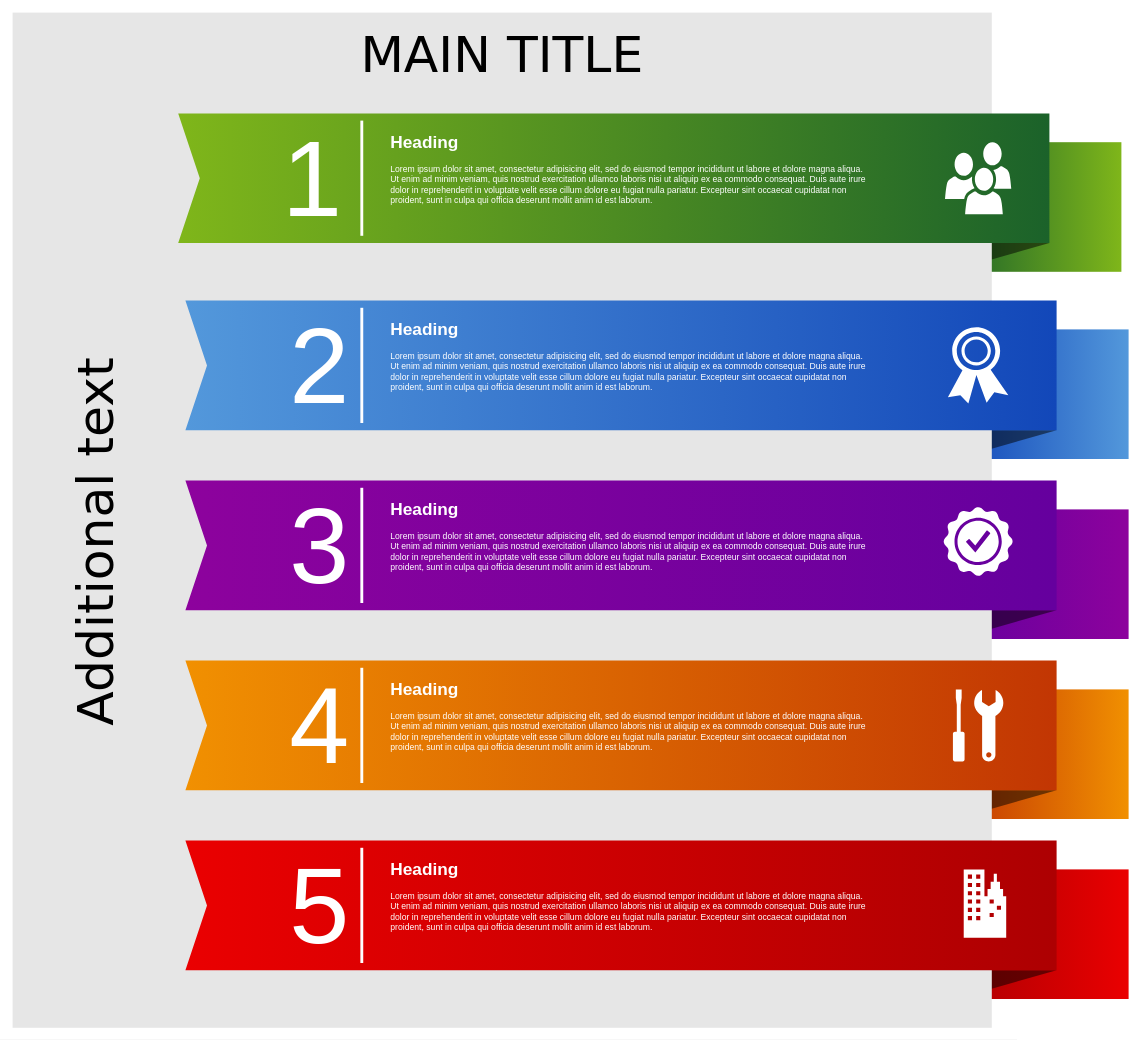
Above: Diagrams/Untitled Diagram.drawio in MajeQafouri/MyTechniecalArticlesDiagrams (draw.io), before the change. Source tidied: cells renumbered, new cells numbered last; positions are measured from the earlier drawing's top-left corner, leaving out a move shared by most shapes. Both pictures are drawn from the tidied source at 72%, with x=0, y=0 at pixel (12, 12).
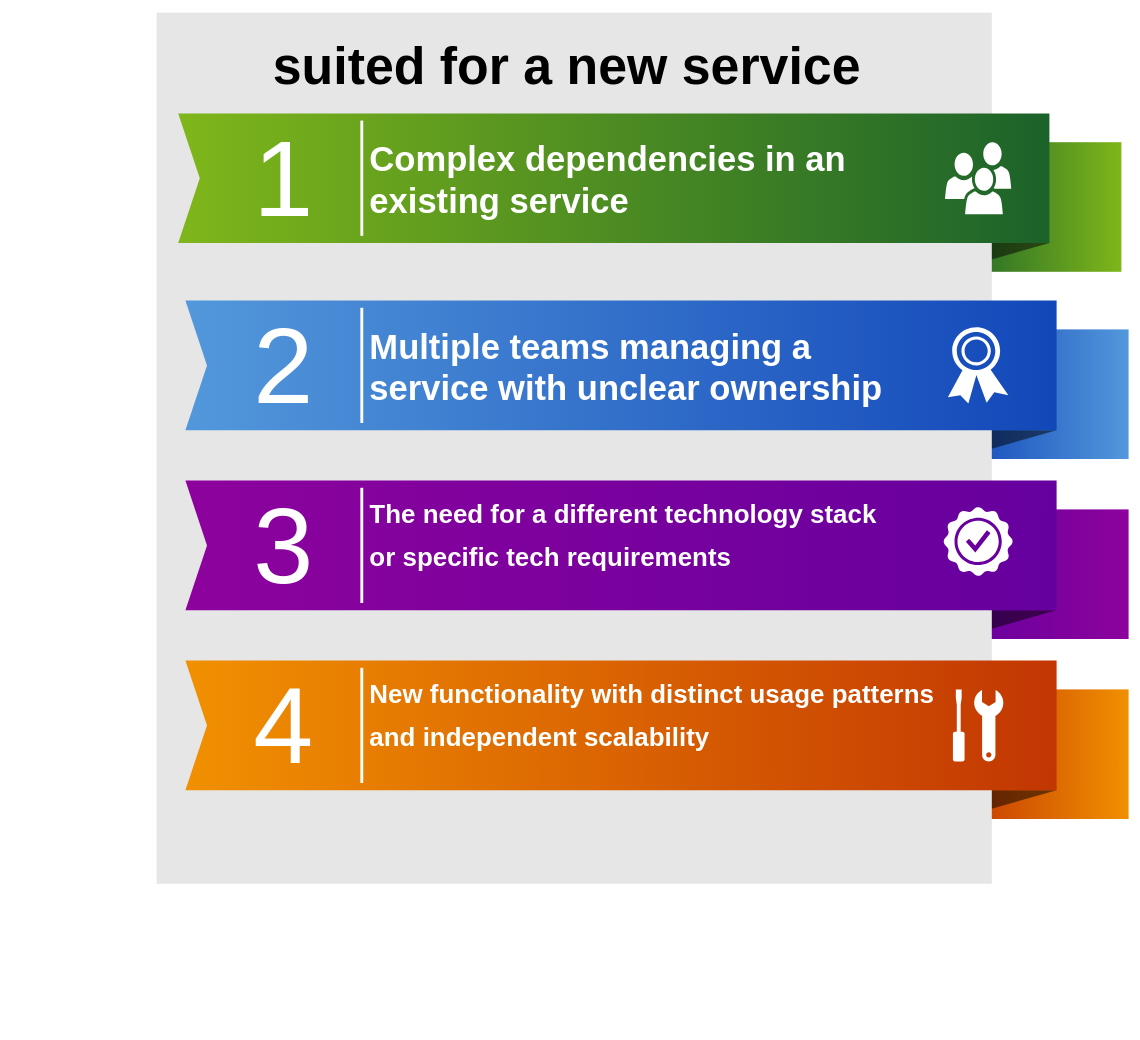
The same page after the edit.

Commit message:
MicroserviceDilemma-NewService

The edit, as a diff of the source:
```diff
@@
-    <mxCell id="10" style="whiteSpace=wrap;html=1;rounded=0;shadow=0;dashed=0;strokeWidth=1;fontFamily=Tahoma;fontSize=10;fontColor=#FFFFFF;strokeColor=none;fillColor=#EA0001;gradientColor=#AD0002;gradientDirection=west;" parent="1" vertex="1">
-      <mxGeometry x="1310" y="1190" width="240" height="180" as="geometry" />
-    </mxCell>
-    <mxCell id="11" style="verticalLabelPosition=bottom;verticalAlign=top;html=1;strokeWidth=1;shape=mxgraph.basic.orthogonal_triangle;rounded=0;shadow=0;dashed=0;fontFamily=Tahoma;fontSize=10;fontColor=#FFFFFF;flipV=1;fillColor=#000000;strokeColor=none;opacity=50;" parent="1" vertex="1">
-      <mxGeometry x="1310" y="1330" width="140" height="40" as="geometry" />
-    </mxCell>
-    <mxCell id="12" value="MAIN TITLE" style="whiteSpace=wrap;html=1;rounded=0;shadow=0;dashed=0;strokeWidth=1;fillColor=#E6E6E6;fontFamily=Verdana;fontSize=70;strokeColor=none;verticalAlign=top;spacingTop=10;" parent="1" vertex="1">
-      <mxGeometry width="1360" height="1410" as="geometry" />
+    <mxCell id="12" style="whiteSpace=wrap;html=1;rounded=0;shadow=0;dashed=0;strokeWidth=1;fillColor=#E6E6E6;fontFamily=Verdana;fontSize=70;strokeColor=none;verticalAlign=top;spacingTop=10;" parent="1" vertex="1">
+      <mxGeometry x="200" width="1160" height="1210" as="geometry" />
     </mxCell>
@@
-    <mxCell id="17" style="html=1;shadow=0;dashed=0;align=center;verticalAlign=middle;shape=mxgraph.arrows2.arrow;dy=0;dx=0;notch=30;rounded=0;strokeColor=none;strokeWidth=1;fillColor=#EA0001;fontFamily=Tahoma;fontSize=10;fontColor=#FFFFFF;gradientColor=#AD0002;gradientDirection=east;" parent="1" vertex="1">
-      <mxGeometry x="240" y="1150" width="1210" height="180" as="geometry" />
-    </mxCell>
-    <mxCell id="18" value="Additional text" style="text;html=1;strokeColor=none;fillColor=none;align=center;verticalAlign=middle;whiteSpace=wrap;rounded=0;shadow=0;dashed=0;fontFamily=Verdana;fontSize=70;horizontal=0;" parent="1" vertex="1">
-      <mxGeometry x="50" y="140" width="130" height="1190" as="geometry" />
-    </mxCell>
     <mxCell id="19" value="1" style="text;html=1;strokeColor=none;fillColor=none;align=right;verticalAlign=middle;whiteSpace=wrap;rounded=0;shadow=0;dashed=0;fontFamily=Helvetica;fontSize=150;fontColor=#FFFFFF;" parent="1" vertex="1">
-      <mxGeometry x="260" y="140" width="200" height="180" as="geometry" />
+      <mxGeometry x="260" y="140" width="160" height="180" as="geometry" />
     </mxCell>
     <mxCell id="20" value="2" style="text;html=1;strokeColor=none;fillColor=none;align=right;verticalAlign=middle;whiteSpace=wrap;rounded=0;shadow=0;dashed=0;fontFamily=Helvetica;fontSize=150;fontColor=#FFFFFF;" parent="1" vertex="1">
-      <mxGeometry x="270" y="400" width="200" height="180" as="geometry" />
+      <mxGeometry x="270" y="400" width="150" height="180" as="geometry" />
     </mxCell>
     <mxCell id="21" value="3" style="text;html=1;strokeColor=none;fillColor=none;align=right;verticalAlign=middle;whiteSpace=wrap;rounded=0;shadow=0;dashed=0;fontFamily=Helvetica;fontSize=150;fontColor=#FFFFFF;" parent="1" vertex="1">
-      <mxGeometry x="270" y="650" width="200" height="180" as="geometry" />
+      <mxGeometry x="270" y="650" width="150" height="180" as="geometry" />
     </mxCell>
     <mxCell id="22" value="4" style="text;html=1;strokeColor=none;fillColor=none;align=right;verticalAlign=middle;whiteSpace=wrap;rounded=0;shadow=0;dashed=0;fontFamily=Helvetica;fontSize=150;fontColor=#FFFFFF;" parent="1" vertex="1">
-      <mxGeometry x="270" y="900" width="200" height="180" as="geometry" />
+      <mxGeometry x="270" y="900" width="150" height="180" as="geometry" />
     </mxCell>
-    <mxCell id="23" value="5" style="text;html=1;strokeColor=none;fillColor=none;align=right;verticalAlign=middle;whiteSpace=wrap;rounded=0;shadow=0;dashed=0;fontFamily=Helvetica;fontSize=150;fontColor=#FFFFFF;" parent="1" vertex="1">
-      <mxGeometry x="270" y="1150" width="200" height="180" as="geometry" />
-    </mxCell>
@@
-    <mxCell id="28" style="line;strokeWidth=4;direction=south;html=1;rounded=0;shadow=0;dashed=0;fillColor=none;gradientColor=#AD0002;fontFamily=Helvetica;fontSize=150;fontColor=#FFFFFF;align=right;strokeColor=#FFFFFF;" parent="1" vertex="1">
-      <mxGeometry x="480" y="1160" width="10" height="160" as="geometry" />
-    </mxCell>
-    <mxCell id="29" value="&lt;h1&gt;Heading&lt;/h1&gt;&lt;p&gt;L&lt;span&gt;orem ipsum dolor sit amet, consectetur adipisicing elit, sed do eiusmod tempor incididunt ut labore et dolore magna aliqua. Ut enim ad minim veniam, quis nostrud exercitation ullamco laboris nisi ut aliquip ex ea commodo consequat. Duis aute irure dolor in reprehenderit in voluptate velit esse cillum dolore eu fugiat nulla pariatur. Excepteur sint occaecat cupidatat non proident, sunt in culpa qui officia deserunt mollit anim id est laborum.&lt;/span&gt;&lt;/p&gt;" style="text;html=1;strokeColor=none;fillColor=none;spacing=5;spacingTop=-20;whiteSpace=wrap;overflow=hidden;rounded=0;shadow=0;dashed=0;fontFamily=Helvetica;fontSize=12;fontColor=#FFFFFF;align=left;" parent="1" vertex="1">
-      <mxGeometry x="520" y="160" width="670" height="140" as="geometry" />
+    <mxCell id="29" value="&lt;h1&gt;&lt;font style=&quot;font-size: 48px;&quot;&gt;Complex dependencies in an existing service&lt;/font&gt;&lt;br&gt;&lt;/h1&gt;" style="text;html=1;strokeColor=none;fillColor=none;spacing=5;spacingTop=-20;whiteSpace=wrap;overflow=hidden;rounded=0;shadow=0;dashed=0;fontFamily=Helvetica;fontSize=12;fontColor=#FFFFFF;align=left;" parent="1" vertex="1">
+      <mxGeometry x="491" y="170" width="789" height="130" as="geometry" />
     </mxCell>
-    <mxCell id="30" value="&lt;h1&gt;Heading&lt;/h1&gt;&lt;p&gt;L&lt;span&gt;orem ipsum dolor sit amet, consectetur adipisicing elit, sed do eiusmod tempor incididunt ut labore et dolore magna aliqua. Ut enim ad minim veniam, quis nostrud exercitation ullamco laboris nisi ut aliquip ex ea commodo consequat. Duis aute irure dolor in reprehenderit in voluptate velit esse cillum dolore eu fugiat nulla pariatur. Excepteur sint occaecat cupidatat non proident, sunt in culpa qui officia deserunt mollit anim id est laborum.&lt;/span&gt;&lt;/p&gt;" style="text;html=1;strokeColor=none;fillColor=none;spacing=5;spacingTop=-20;whiteSpace=wrap;overflow=hidden;rounded=0;shadow=0;dashed=0;fontFamily=Helvetica;fontSize=12;fontColor=#FFFFFF;align=left;" parent="1" vertex="1">
-      <mxGeometry x="520" y="420" width="670" height="140" as="geometry" />
+    <mxCell id="30" value="&lt;h1&gt;&lt;font style=&quot;font-size: 48px;&quot;&gt;Multiple teams managing a service with unclear ownership&lt;/font&gt;&lt;br&gt;&lt;/h1&gt;" style="text;html=1;strokeColor=none;fillColor=none;spacing=5;spacingTop=-20;whiteSpace=wrap;overflow=hidden;rounded=0;shadow=0;dashed=0;fontFamily=Helvetica;fontSize=12;fontColor=#FFFFFF;align=left;" parent="1" vertex="1">
+      <mxGeometry x="491" y="430" width="799" height="130" as="geometry" />
     </mxCell>
-    <mxCell id="31" value="&lt;h1&gt;Heading&lt;/h1&gt;&lt;p&gt;L&lt;span&gt;orem ipsum dolor sit amet, consectetur adipisicing elit, sed do eiusmod tempor incididunt ut labore et dolore magna aliqua. Ut enim ad minim veniam, quis nostrud exercitation ullamco laboris nisi ut aliquip ex ea commodo consequat. Duis aute irure dolor in reprehenderit in voluptate velit esse cillum dolore eu fugiat nulla pariatur. Excepteur sint occaecat cupidatat non proident, sunt in culpa qui officia deserunt mollit anim id est laborum.&lt;/span&gt;&lt;/p&gt;" style="text;html=1;strokeColor=none;fillColor=none;spacing=5;spacingTop=-20;whiteSpace=wrap;overflow=hidden;rounded=0;shadow=0;dashed=0;fontFamily=Helvetica;fontSize=12;fontColor=#FFFFFF;align=left;" parent="1" vertex="1">
-      <mxGeometry x="520" y="670" width="670" height="140" as="geometry" />
+    <mxCell id="31" value="&lt;h1&gt;&lt;font style=&quot;font-size: 36px;&quot;&gt;The need for a different technology stack&amp;nbsp;&lt;/font&gt;&lt;/h1&gt;&lt;h1&gt;&lt;font style=&quot;font-size: 36px;&quot;&gt;or specific tech requirements&lt;/font&gt;&lt;br&gt;&lt;/h1&gt;" style="text;html=1;strokeColor=none;fillColor=none;spacing=5;spacingTop=-20;whiteSpace=wrap;overflow=hidden;rounded=0;shadow=0;dashed=0;fontFamily=Helvetica;fontSize=12;fontColor=#FFFFFF;align=left;" parent="1" vertex="1">
+      <mxGeometry x="491" y="670" width="799" height="140" as="geometry" />
     </mxCell>
-    <mxCell id="32" value="&lt;h1&gt;Heading&lt;/h1&gt;&lt;p&gt;L&lt;span&gt;orem ipsum dolor sit amet, consectetur adipisicing elit, sed do eiusmod tempor incididunt ut labore et dolore magna aliqua. Ut enim ad minim veniam, quis nostrud exercitation ullamco laboris nisi ut aliquip ex ea commodo consequat. Duis aute irure dolor in reprehenderit in voluptate velit esse cillum dolore eu fugiat nulla pariatur. Excepteur sint occaecat cupidatat non proident, sunt in culpa qui officia deserunt mollit anim id est laborum.&lt;/span&gt;&lt;/p&gt;" style="text;html=1;strokeColor=none;fillColor=none;spacing=5;spacingTop=-20;whiteSpace=wrap;overflow=hidden;rounded=0;shadow=0;dashed=0;fontFamily=Helvetica;fontSize=12;fontColor=#FFFFFF;align=left;" parent="1" vertex="1">
-      <mxGeometry x="520" y="920" width="670" height="140" as="geometry" />
+    <mxCell id="32" value="&lt;h1&gt;&lt;font style=&quot;font-size: 36px;&quot;&gt;New functionality with distinct usage patterns&amp;nbsp;&lt;/font&gt;&lt;/h1&gt;&lt;h1&gt;&lt;font style=&quot;font-size: 36px;&quot;&gt;and independent scalability&lt;/font&gt;&lt;br&gt;&lt;/h1&gt;" style="text;html=1;strokeColor=none;fillColor=none;spacing=5;spacingTop=-20;whiteSpace=wrap;overflow=hidden;rounded=0;shadow=0;dashed=0;fontFamily=Helvetica;fontSize=12;fontColor=#FFFFFF;align=left;" parent="1" vertex="1">
+      <mxGeometry x="491" y="920" width="809" height="140" as="geometry" />
     </mxCell>
-    <mxCell id="33" value="&lt;h1&gt;Heading&lt;/h1&gt;&lt;p&gt;L&lt;span&gt;orem ipsum dolor sit amet, consectetur adipisicing elit, sed do eiusmod tempor incididunt ut labore et dolore magna aliqua. Ut enim ad minim veniam, quis nostrud exercitation ullamco laboris nisi ut aliquip ex ea commodo consequat. Duis aute irure dolor in reprehenderit in voluptate velit esse cillum dolore eu fugiat nulla pariatur. Excepteur sint occaecat cupidatat non proident, sunt in culpa qui officia deserunt mollit anim id est laborum.&lt;/span&gt;&lt;/p&gt;" style="text;html=1;strokeColor=none;fillColor=none;spacing=5;spacingTop=-20;whiteSpace=wrap;overflow=hidden;rounded=0;shadow=0;dashed=0;fontFamily=Helvetica;fontSize=12;fontColor=#FFFFFF;align=left;" parent="1" vertex="1">
-      <mxGeometry x="520" y="1170" width="670" height="140" as="geometry" />
-    </mxCell>
@@
-    <mxCell id="38" style="shadow=0;dashed=0;html=1;strokeColor=none;fillColor=#FFFFFF;labelPosition=center;verticalLabelPosition=bottom;verticalAlign=top;shape=mxgraph.office.concepts.on_premises;rounded=0;fontFamily=Helvetica;fontSize=12;fontColor=#FFFFFF;align=left;" parent="1" vertex="1">
-      <mxGeometry x="1321" y="1190" width="59" height="95" as="geometry" />
-    </mxCell>
+    <mxCell id="39" value="&lt;p class=&quot;graf graf--p&quot;&gt;&lt;strong class=&quot;markup--strong markup--p-strong&quot;&gt;&lt;font style=&quot;font-size: 72px;&quot;&gt;suited for a new service&lt;/font&gt;&lt;/strong&gt;&lt;/p&gt;" style="text;html=1;strokeColor=none;fillColor=none;align=center;verticalAlign=middle;whiteSpace=wrap;rounded=0;" parent="1" vertex="1">
+      <mxGeometry x="280" y="40" width="980" height="70" as="geometry" />
+    </mxCell>
```
